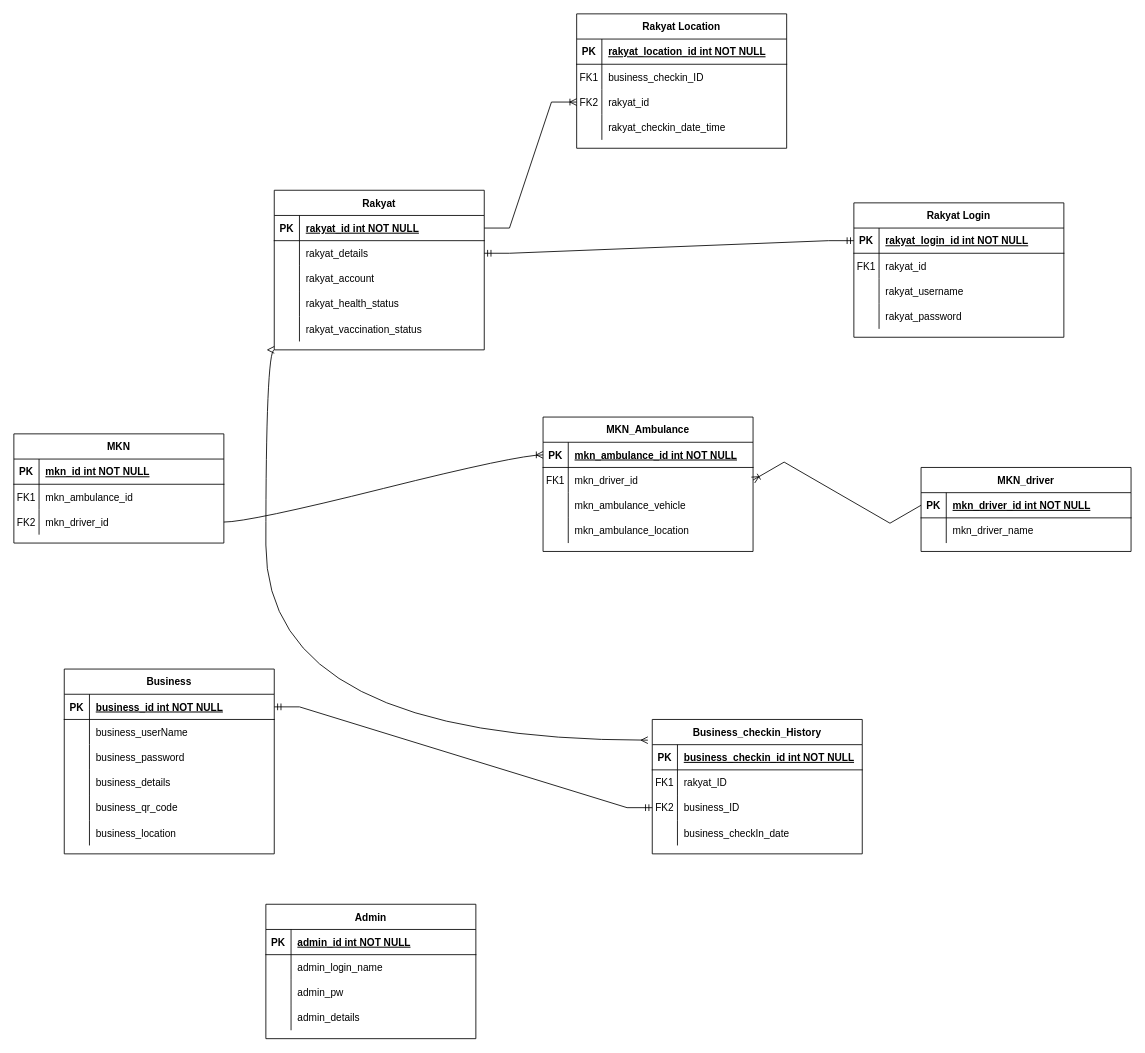
The draw.io diagram mysej.drawio in ahmadanwar93/SET-day-22, before the edit. Source tidied: cells renumbered, new cells numbered last; positions are measured from the earlier drawing's top-left corner, leaving out a move shared by most shapes. Both pictures are drawn from the tidied source at 84%, with x=0, y=0 at pixel (13, 13).
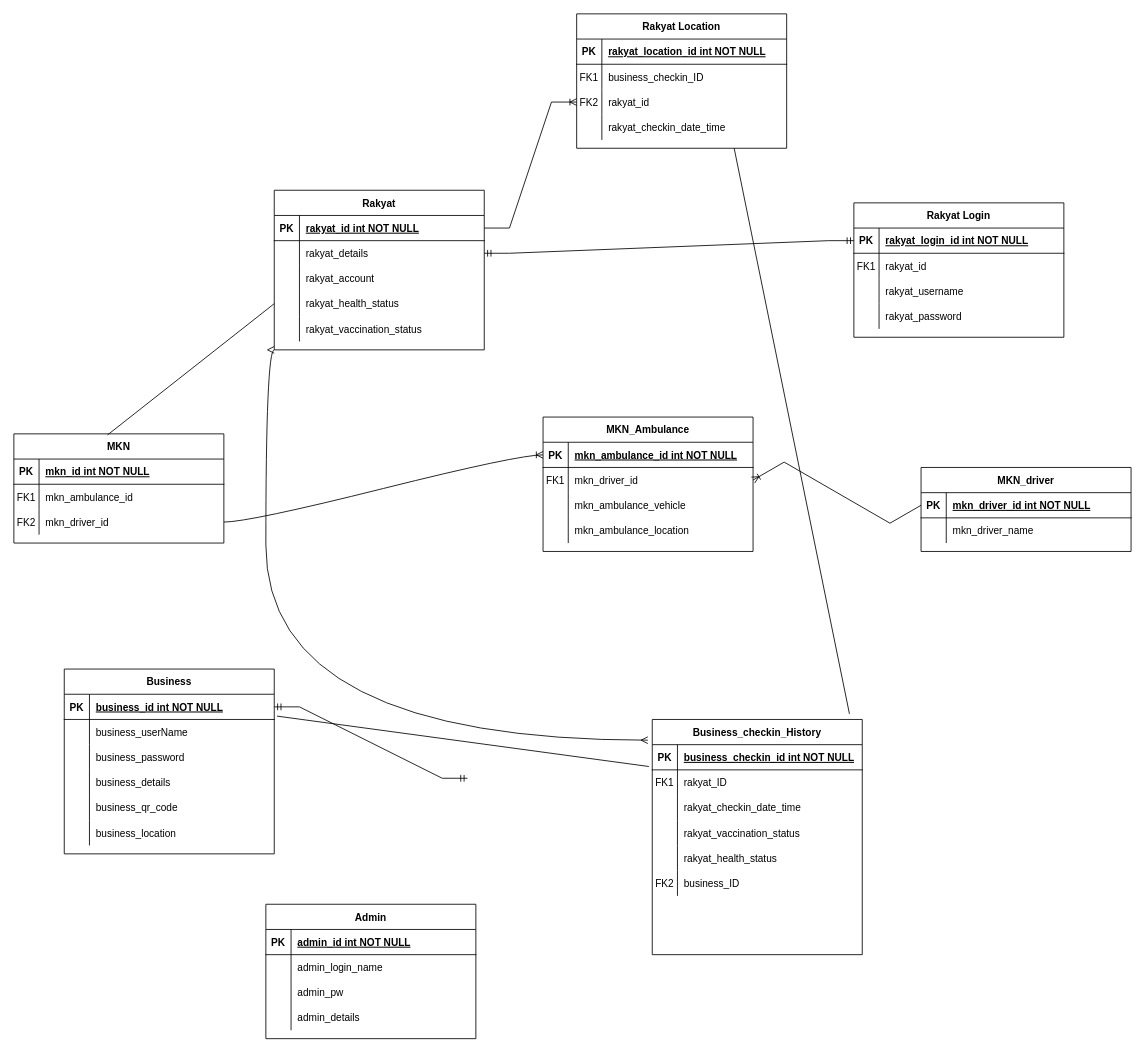
The same diagram, later.

Unchanged cells that the change refers to:
```xml
<mxCell id="2" value="MKN" style="shape=table;startSize=30;childLayout=tableLayout;rowLines=0;fontStyle=1;align=center;" parent="1" vertex="1">
  <mxGeometry y="500" width="250" height="130" as="geometry" />
</mxCell>
<mxCell id="35" style="shape=partialRectangle;fillColor=none;points=[[0,0.5],[1,0.5]];portConstraint=eastwest;top=0;left=0;right=0;bottom=0;" parent="25" vertex="1">
  <mxGeometry y="120" width="250" height="30" as="geometry" />
</mxCell>
<mxCell id="42" style="shape=partialRectangle;fillColor=none;points=[[0,0.5],[1,0.5]];portConstraint=eastwest;top=0;left=0;right=0;bottom=1;" parent="41" vertex="1">
  <mxGeometry y="30" width="250" height="30" as="geometry" />
</mxCell>
<mxCell id="45" style="shape=partialRectangle;fillColor=none;points=[[0,0.5],[1,0.5]];portConstraint=eastwest;top=0;left=0;right=0;bottom=0;" parent="41" vertex="1">
  <mxGeometry y="60" width="250" height="30" as="geometry" />
</mxCell>
<mxCell id="60" value="Rakyat Location" style="shape=table;startSize=30;childLayout=tableLayout;rowLines=0;fontStyle=1;align=center;" parent="1" vertex="1">
  <mxGeometry x="670" width="250" height="160" as="geometry" />
</mxCell>
<mxCell id="110" style="shape=partialRectangle;fillColor=none;points=[[0,0.5],[1,0.5]];portConstraint=eastwest;top=0;left=0;right=0;bottom=0;" parent="106" vertex="1">
  <mxGeometry y="60" width="250" height="30" as="geometry" />
</mxCell>
```

Diff of the diagram source:
```diff
@@
     <mxCell id="106" value="Business_checkin_History" style="shape=table;startSize=30;childLayout=tableLayout;rowLines=0;fontStyle=1;align=center;" parent="1" vertex="1">
-      <mxGeometry x="760" y="840" width="250" height="160" as="geometry" />
+      <mxGeometry x="760" y="840" width="250" height="280" as="geometry" />
     </mxCell>
@@
-    <mxCell id="113" style="shape=partialRectangle;fillColor=none;points=[[0,0.5],[1,0.5]];portConstraint=eastwest;top=0;left=0;right=0;bottom=0;" parent="106" vertex="1">
-      <mxGeometry y="90" width="250" height="30" as="geometry" />
-    </mxCell>
-    <mxCell id="114" value="FK2" style="shape=partialRectangle;overflow=hidden;fillColor=none;top=0;left=0;bottom=0;right=0;" parent="113" vertex="1">
-      <mxGeometry width="30" height="30" as="geometry" />
-    </mxCell>
-    <mxCell id="115" value="business_ID" style="shape=partialRectangle;overflow=hidden;fillColor=none;top=0;left=0;bottom=0;right=0;align=left;spacingLeft=6;" parent="113" vertex="1">
-      <mxGeometry x="30" width="220" height="30" as="geometry" />
-    </mxCell>
     <mxCell id="116" style="shape=partialRectangle;fillColor=none;top=0;left=0;right=0;bottom=0;" parent="106" vertex="1">
-      <mxGeometry y="120" width="250" height="30" as="geometry" />
+      <mxGeometry y="90" width="250" height="30" as="geometry" />
     </mxCell>
@@
-    <mxCell id="118" value="business_checkIn_date" style="shape=partialRectangle;overflow=hidden;fillColor=none;top=0;left=0;bottom=0;right=0;align=left;spacingLeft=6;" parent="116" vertex="1">
+    <mxCell id="118" value="rakyat_checkin_date_time" style="shape=partialRectangle;overflow=hidden;fillColor=none;top=0;left=0;bottom=0;right=0;align=left;spacingLeft=6;" parent="116" vertex="1">
       <mxGeometry x="30" width="220" height="30" as="geometry" />
     </mxCell>
+    <mxCell id="125" style="shape=partialRectangle;fillColor=none;top=0;left=0;right=0;bottom=0;" parent="106" vertex="1">
+      <mxGeometry y="120" width="250" height="30" as="geometry" />
+    </mxCell>
+    <mxCell id="126" style="shape=partialRectangle;overflow=hidden;fillColor=none;top=0;left=0;bottom=0;right=0;" parent="125" vertex="1">
+      <mxGeometry width="30" height="30" as="geometry" />
+    </mxCell>
+    <mxCell id="127" value="rakyat_vaccination_status" style="shape=partialRectangle;overflow=hidden;fillColor=none;top=0;left=0;bottom=0;right=0;align=left;spacingLeft=6;" parent="125" vertex="1">
+      <mxGeometry x="30" width="220" height="30" as="geometry" />
+    </mxCell>
+    <mxCell id="128" style="shape=partialRectangle;fillColor=none;top=0;left=0;right=0;bottom=0;" parent="106" vertex="1">
+      <mxGeometry y="150" width="250" height="30" as="geometry" />
+    </mxCell>
+    <mxCell id="129" style="shape=partialRectangle;overflow=hidden;fillColor=none;top=0;left=0;bottom=0;right=0;" parent="128" vertex="1">
+      <mxGeometry width="30" height="30" as="geometry" />
+    </mxCell>
+    <mxCell id="130" value="rakyat_health_status" style="shape=partialRectangle;overflow=hidden;fillColor=none;top=0;left=0;bottom=0;right=0;align=left;spacingLeft=6;" parent="128" vertex="1">
+      <mxGeometry x="30" width="220" height="30" as="geometry" />
+    </mxCell>
+    <mxCell id="131" style="shape=partialRectangle;fillColor=none;top=0;left=0;right=0;bottom=0;" parent="106" vertex="1">
+      <mxGeometry y="180" width="250" height="30" as="geometry" />
+    </mxCell>
+    <mxCell id="114" value="FK2" style="shape=partialRectangle;overflow=hidden;fillColor=none;top=0;left=0;bottom=0;right=0;" parent="131" vertex="1">
+      <mxGeometry width="30" height="30" as="geometry" />
+    </mxCell>
+    <mxCell id="115" value="business_ID" style="shape=partialRectangle;overflow=hidden;fillColor=none;top=0;left=0;bottom=0;right=0;align=left;spacingLeft=6;" parent="131" vertex="1">
+      <mxGeometry x="30" width="220" height="30" as="geometry" />
+    </mxCell>
@@
-    <mxCell id="123" style="edgeStyle=entityRelationEdgeStyle;fontSize=12;html=1;endArrow=ERmandOne;startArrow=ERmandOne;rounded=0;exitX=1;exitY=0.5;exitDx=0;exitDy=0;entryX=0;entryY=0.5;entryDx=0;entryDy=0;" parent="1" edge="1" source="42" target="113">
-      <mxGeometry relative="1" as="geometry" />
+    <mxCell id="123" style="edgeStyle=entityRelationEdgeStyle;fontSize=12;html=1;endArrow=ERmandOne;startArrow=ERmandOne;rounded=0;exitX=1;exitY=0.5;exitDx=0;exitDy=0;entryX=0;entryY=0.5;entryDx=0;entryDy=0;" parent="1" edge="1" source="42">
+      <mxGeometry relative="1" as="geometry">
+        <mxPoint x="540" y="910" as="targetPoint" />
+      </mxGeometry>
     </mxCell>
@@
+    <mxCell id="132" style="endArrow=none;html=1;rounded=0;exitX=0.75;exitY=1;exitDx=0;exitDy=0;entryX=0.939;entryY=-0.024;entryDx=0;entryDy=0;entryPerimeter=0;" parent="1" edge="1" source="60" target="106">
+      <mxGeometry relative="1" as="geometry" />
+    </mxCell>
+    <mxCell id="133" style="endArrow=none;html=1;rounded=0;exitX=0.446;exitY=0.01;exitDx=0;exitDy=0;exitPerimeter=0;entryX=0;entryY=0.5;entryDx=0;entryDy=0;" parent="1" edge="1" source="2" target="35">
+      <mxGeometry relative="1" as="geometry" />
+    </mxCell>
+    <mxCell id="134" style="endArrow=none;html=1;rounded=0;exitX=1.013;exitY=-0.133;exitDx=0;exitDy=0;exitPerimeter=0;entryX=-0.016;entryY=-0.133;entryDx=0;entryDy=0;entryPerimeter=0;" parent="1" edge="1" source="45" target="110">
+      <mxGeometry relative="1" as="geometry" />
+    </mxCell>
```
